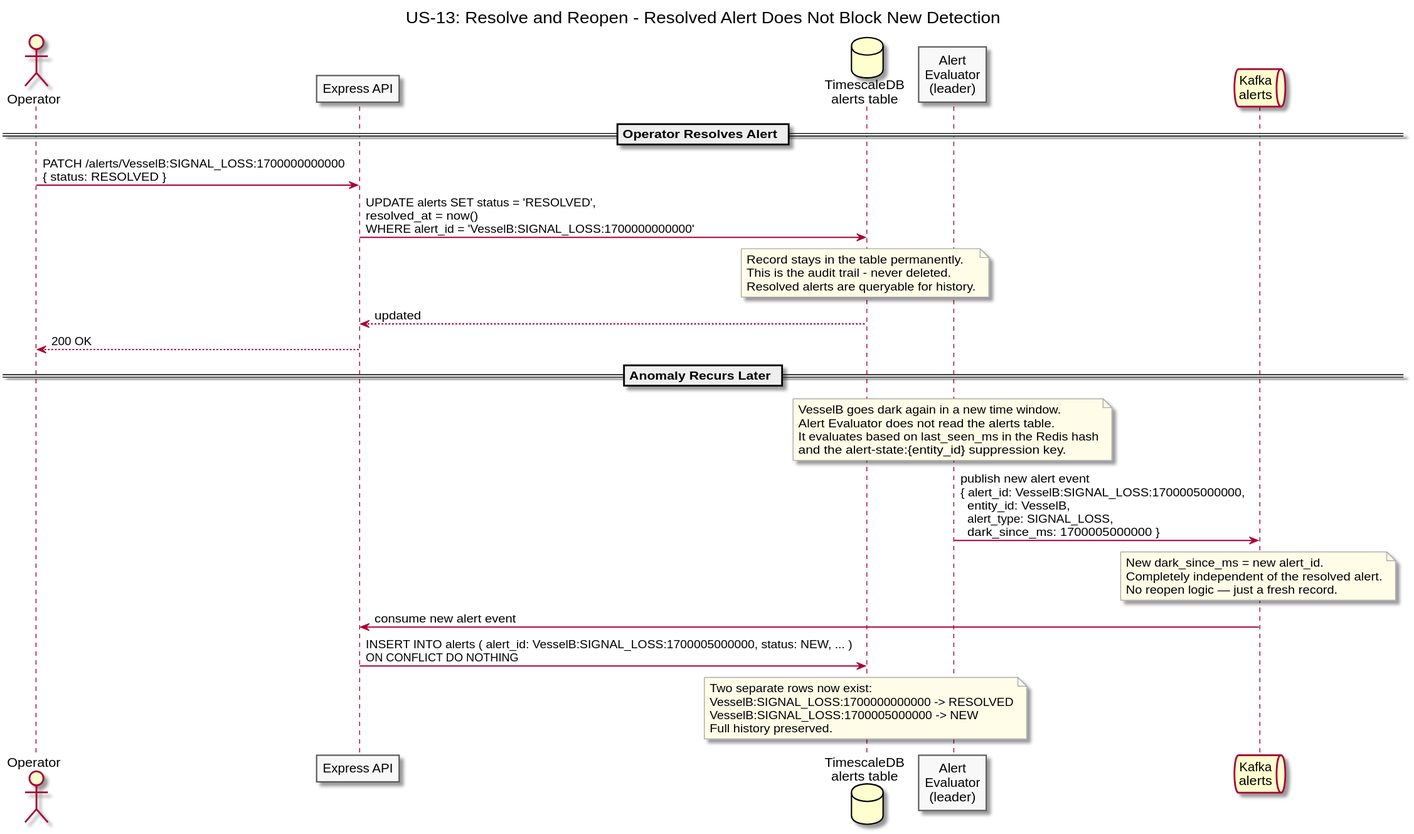
Earlier version of the PlantUML export diagrams/docs/use-cases/US-13-alert-lifecycle/resolve-and-reopen.svg (Buffden/sentinel).
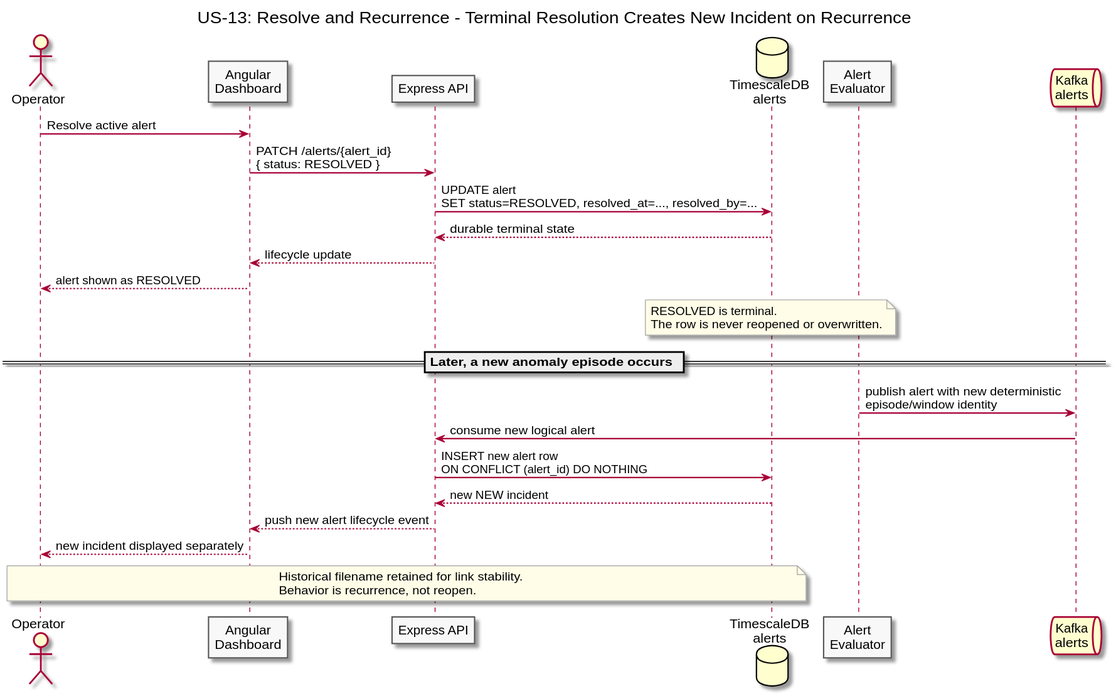
Later version of the same file.

The edit, as a diff of the source:
```diff
@@ -1,5 +1,5 @@
 @startuml resolve-and-reopen
-title US-13: Resolve and Reopen - Resolved Alert Does Not Block New Detection
+title US-13: Resolve and Recurrence - Terminal Resolution Creates New Incident on Recurrence
 
 skinparam sequenceArrowThickness 1.5
 skinparam participantBorderColor #555555
@@ -8,51 +8,36 @@
 skinparam noteBackgroundColor #FFFDE7
 
 actor Operator
+participant "Angular\nDashboard" as Dashboard
 participant "Express API" as API
-database "TimescaleDB\nalerts table" as TSDB
-participant "Alert\nEvaluator\n(leader)" as Evaluator
+database "TimescaleDB\nalerts" as TSDB
+participant "Alert\nEvaluator" as Evaluator
 queue "Kafka\nalerts" as Kafka
 
-== Operator Resolves Alert ==
-
-Operator -> API : PATCH /alerts/VesselB:SIGNAL_LOSS:1700000000000\n{ status: RESOLVED }
-
-API -> TSDB : UPDATE alerts SET status = 'RESOLVED',\nresolved_at = now()\nWHERE alert_id = 'VesselB:SIGNAL_LOSS:1700000000000'
+Operator -> Dashboard : Resolve active alert
+Dashboard -> API : PATCH /alerts/{alert_id}\n{ status: RESOLVED }
+API -> TSDB : UPDATE alert\nSET status=RESOLVED, resolved_at=..., resolved_by=...
+TSDB --> API : durable terminal state
+API --> Dashboard : lifecycle update
+Dashboard --> Operator : alert shown as RESOLVED
 
 note over TSDB
-  Record stays in the table permanently.
-  This is the audit trail - never deleted.
-  Resolved alerts are queryable for history.
+  RESOLVED is terminal.
+  The row is never reopened or overwritten.
 end note
 
-TSDB --> API : updated
-API --> Operator : 200 OK
+== Later, a new anomaly episode occurs ==
 
-== Anomaly Recurs Later ==
+Evaluator -> Kafka : publish alert with new deterministic\nepisode/window identity
+Kafka -> API : consume new logical alert
+API -> TSDB : INSERT new alert row\nON CONFLICT (alert_id) DO NOTHING
+TSDB --> API : new NEW incident
+API --> Dashboard : push new alert lifecycle event
+Dashboard --> Operator : new incident displayed separately
 
-note over Evaluator
-  VesselB goes dark again in a new time window.
-  Alert Evaluator does not read the alerts table.
-  It evaluates based on last_seen_ms in the Redis hash
-  and the alert-state:{entity_id} suppression key.
-end note
-
-Evaluator -> Kafka : publish new alert event\n{ alert_id: VesselB:SIGNAL_LOSS:1700005000000,\n  entity_id: VesselB,\n  alert_type: SIGNAL_LOSS,\n  dark_since_ms: 1700005000000 }
-
-note over Kafka
-  New dark_since_ms = new alert_id.
-  Completely independent of the resolved alert.
-  No reopen logic — just a fresh record.
-end note
-
-Kafka -> API : consume new alert event
-API -> TSDB : INSERT INTO alerts ( alert_id: VesselB:SIGNAL_LOSS:1700005000000, status: NEW, ... )\nON CONFLICT DO NOTHING
-
-note over TSDB
-  Two separate rows now exist:
-  VesselB:SIGNAL_LOSS:1700000000000 -> RESOLVED
-  VesselB:SIGNAL_LOSS:1700005000000 -> NEW
-  Full history preserved.
+note over Operator, TSDB
+  Historical filename retained for link stability.
+  Behavior is recurrence, not reopen.
 end note
 
 @enduml
```
